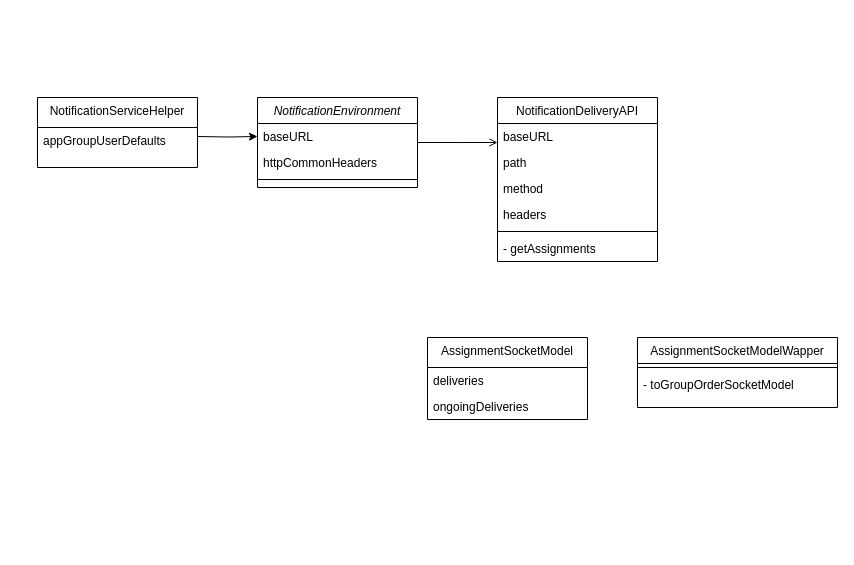
The draw.io diagram Untitled Diagram.drawio in KyriosArk/KYHooker, before the edit. Source tidied: cells renumbered, new cells numbered last; positions are measured from the earlier drawing's top-left corner, leaving out a move shared by most shapes. Both pictures are drawn from the tidied source at 100%, with x=0, y=0 at pixel (37, 97).
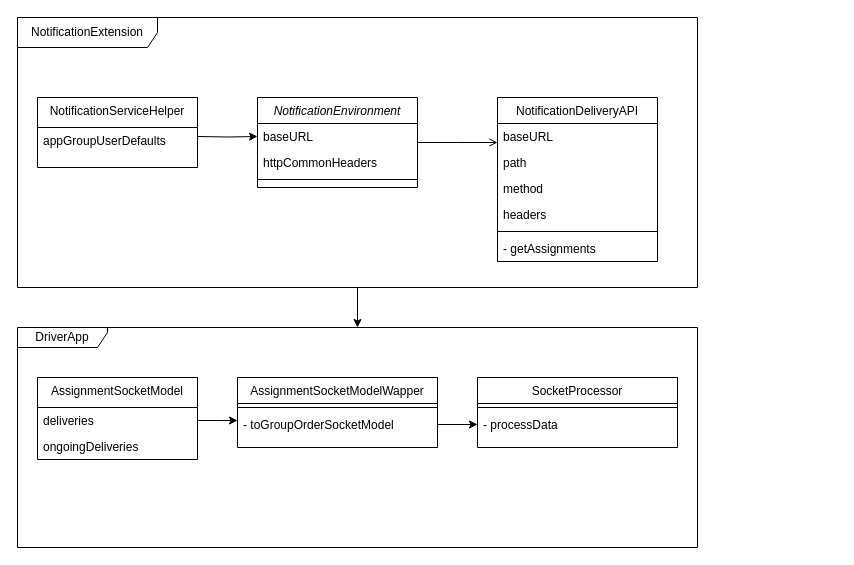
The same page after the edit.

Unchanged cells that the change refers to:
```xml
<mxCell id="7" value="deliveries" style="text;align=left;verticalAlign=top;spacingLeft=4;spacingRight=4;overflow=hidden;points=[[0,0.5],[1,0.5]];portConstraint=eastwest;rounded=0;shadow=0;html=0;" parent="6" vertex="1">
  <mxGeometry y="30" width="160" height="26" as="geometry" />
</mxCell>
<mxCell id="11" value="- toGroupOrderSocketModel" style="text;align=left;verticalAlign=top;spacingLeft=4;spacingRight=4;overflow=hidden;points=[[0,0.5],[1,0.5]];portConstraint=eastwest;" parent="9" vertex="1">
  <mxGeometry y="34" width="200" height="26" as="geometry" />
</mxCell>
```

The edit, as a diff of the source:
```diff
@@
     <mxCell id="6" value="AssignmentSocketModel" style="swimlane;fontStyle=0;align=center;verticalAlign=top;horizontal=1;startSize=30;rounded=0;shadow=0;strokeWidth=1;" parent="1" vertex="1">
-      <mxGeometry x="390" y="240" width="160" height="82" as="geometry" />
+      <mxGeometry y="280" width="160" height="82" as="geometry" />
     </mxCell>
@@
     <mxCell id="9" value="AssignmentSocketModelWapper" style="swimlane;fontStyle=0;align=center;verticalAlign=top;horizontal=1;startSize=26;rounded=0;shadow=0;strokeWidth=1;" parent="1" vertex="1">
-      <mxGeometry x="600" y="240" width="200" height="70" as="geometry" />
+      <mxGeometry x="200" y="280" width="200" height="70" as="geometry" />
     </mxCell>
@@
+    <mxCell id="23" style="edgeStyle=orthogonalEdgeStyle;rounded=0;jettySize=auto;html=1;" parent="1" edge="1" source="24" target="30">
+      <mxGeometry relative="1" as="geometry" />
+    </mxCell>
+    <mxCell id="24" value="NotificationExtension" style="shape=umlFrame;whiteSpace=wrap;html=1;width=140;height=30;" parent="1" vertex="1">
+      <mxGeometry x="-20" y="-80" width="680" height="270" as="geometry" />
+    </mxCell>
+    <mxCell id="25" value="SocketProcessor" style="swimlane;fontStyle=0;align=center;verticalAlign=top;horizontal=1;startSize=26;rounded=0;shadow=0;strokeWidth=1;" parent="1" vertex="1">
+      <mxGeometry x="440" y="280" width="200" height="70" as="geometry" />
+    </mxCell>
+    <mxCell id="26" style="line;html=1;strokeWidth=1;align=left;verticalAlign=middle;spacingTop=-1;spacingLeft=3;spacingRight=3;labelPosition=right;" parent="25" vertex="1">
+      <mxGeometry y="26" width="200" height="8" as="geometry" />
+    </mxCell>
+    <mxCell id="27" value="- processData" style="text;align=left;verticalAlign=top;spacingLeft=4;spacingRight=4;overflow=hidden;points=[[0,0.5],[1,0.5]];portConstraint=eastwest;" parent="25" vertex="1">
+      <mxGeometry y="34" width="200" height="26" as="geometry" />
+    </mxCell>
+    <mxCell id="28" style="edgeStyle=orthogonalEdgeStyle;rounded=0;jettySize=auto;html=1;exitX=1;exitY=0.5;exitDx=0;exitDy=0;" parent="1" edge="1" source="7">
+      <mxGeometry relative="1" as="geometry">
+        <mxPoint x="200" y="323" as="targetPoint" />
+      </mxGeometry>
+    </mxCell>
+    <mxCell id="29" style="edgeStyle=orthogonalEdgeStyle;rounded=0;jettySize=auto;html=1;exitX=1;exitY=0.5;exitDx=0;exitDy=0;entryX=0;entryY=0.5;entryDx=0;entryDy=0;" parent="1" edge="1" source="11" target="27">
+      <mxGeometry relative="1" as="geometry" />
+    </mxCell>
+    <mxCell id="30" value="DriverApp" style="shape=umlFrame;whiteSpace=wrap;html=1;width=90;height=20;" parent="1" vertex="1">
+      <mxGeometry x="-20" y="230" width="680" height="220" as="geometry" />
+    </mxCell>
```
